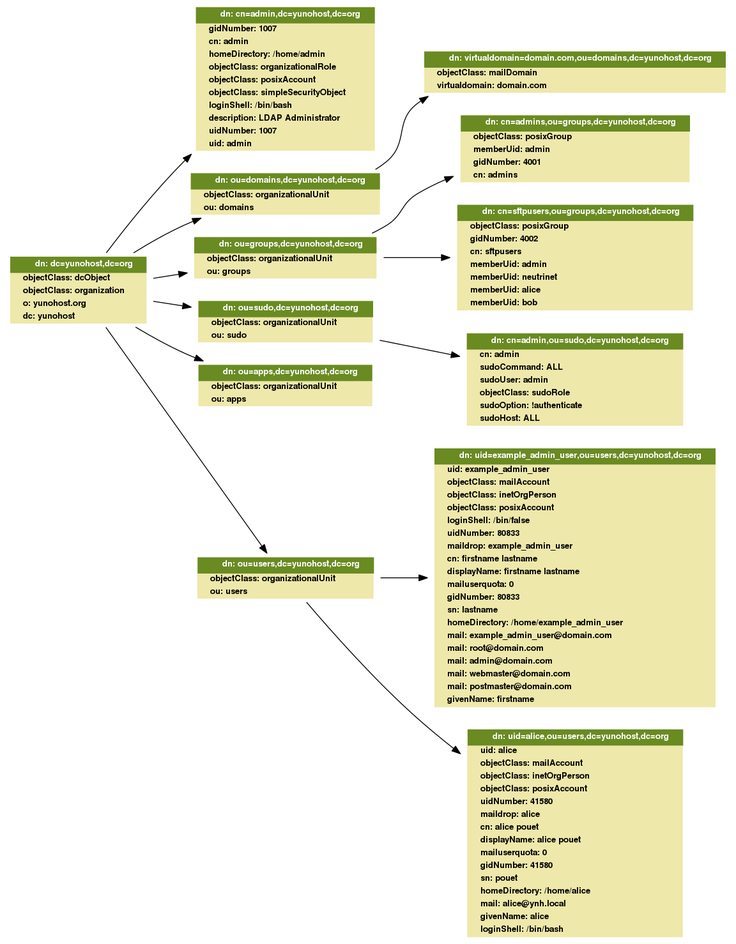
Earlier version of the Graphviz export doc/ldap_graph.png (YunoHost/moulinette). Its source is kept beside it as doc/ldap_graph.dot.
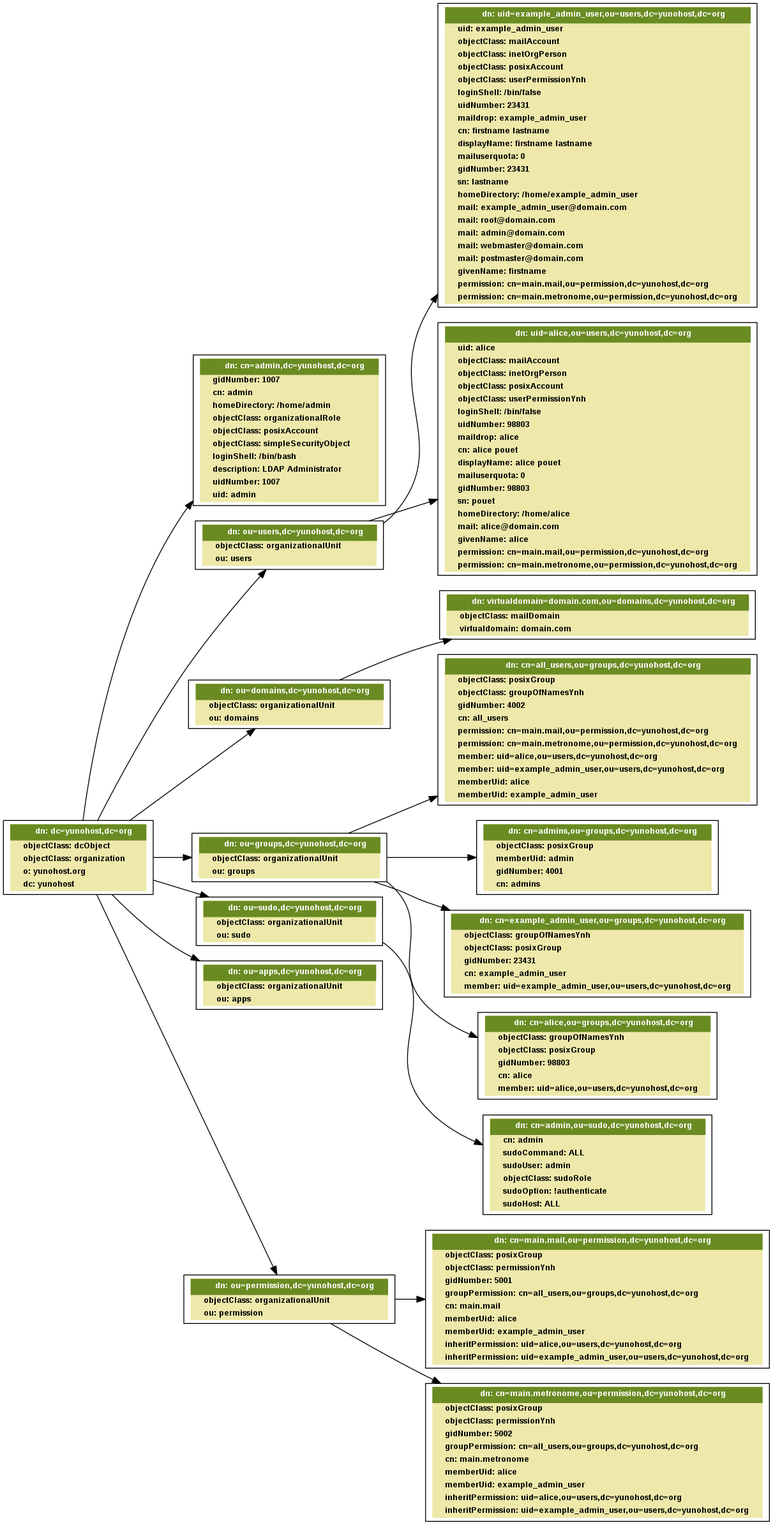
The same diagram one commit later.

Commit message:
Update LDAP schema

What changed in the source:
```diff
@@ -87,6 +87,24 @@
     <TABLE BGCOLOR="palegoldenrod" BORDER="0" CELLBORDER="0" CELLSPACING="0">
         <TR><TD CELLPADDING="4" ALIGN="CENTER" BGCOLOR="olivedrab4">
     <FONT FACE="Helvetica Bold" COLOR="white">
+    dn: ou=users,dc=yunohost,dc=org
+    </FONT></TD></TR>
+        <TR><TD BORDER="0" ALIGN="LEFT">
+    <FONT FACE="Helvetica Bold">objectClass: organizationalUnit</FONT>
+    </TD></TR>
+        <TR><TD BORDER="0" ALIGN="LEFT">
+    <FONT FACE="Helvetica Bold">ou: users</FONT>
+    </TD></TR>
+    </TABLE>
+  >]
+  n0->n2
+
+
+
+  n3 [label=<
+    <TABLE BGCOLOR="palegoldenrod" BORDER="0" CELLBORDER="0" CELLSPACING="0">
+        <TR><TD CELLPADDING="4" ALIGN="CENTER" BGCOLOR="olivedrab4">
+    <FONT FACE="Helvetica Bold" COLOR="white">
     dn: ou=domains,dc=yunohost,dc=org
     </FONT></TD></TR>
         <TR><TD BORDER="0" ALIGN="LEFT">
@@ -97,11 +115,11 @@
     </TD></TR>
     </TABLE>
   >]
-  n0->n2
+  n0->n3
 
 
 
-  n3 [label=<
+  n4 [label=<
     <TABLE BGCOLOR="palegoldenrod" BORDER="0" CELLBORDER="0" CELLSPACING="0">
         <TR><TD CELLPADDING="4" ALIGN="CENTER" BGCOLOR="olivedrab4">
     <FONT FACE="Helvetica Bold" COLOR="white">
@@ -115,11 +133,11 @@
     </TD></TR>
     </TABLE>
   >]
-  n0->n3
+  n0->n4
 
 
 
-  n4 [label=<
+  n5 [label=<
     <TABLE BGCOLOR="palegoldenrod" BORDER="0" CELLBORDER="0" CELLSPACING="0">
         <TR><TD CELLPADDING="4" ALIGN="CENTER" BGCOLOR="olivedrab4">
     <FONT FACE="Helvetica Bold" COLOR="white">
@@ -133,11 +151,11 @@
     </TD></TR>
     </TABLE>
   >]
-  n0->n4
+  n0->n5
 
 
 
-  n5 [label=<
+  n6 [label=<
     <TABLE BGCOLOR="palegoldenrod" BORDER="0" CELLBORDER="0" CELLSPACING="0">
         <TR><TD CELLPADDING="4" ALIGN="CENTER" BGCOLOR="olivedrab4">
     <FONT FACE="Helvetica Bold" COLOR="white">
@@ -151,29 +169,71 @@
     </TD></TR>
     </TABLE>
   >]
-  n0->n5
+  n0->n6
 
 
 
-  n6 [label=<
+  n7 [label=<
     <TABLE BGCOLOR="palegoldenrod" BORDER="0" CELLBORDER="0" CELLSPACING="0">
         <TR><TD CELLPADDING="4" ALIGN="CENTER" BGCOLOR="olivedrab4">
     <FONT FACE="Helvetica Bold" COLOR="white">
-    dn: ou=users,dc=yunohost,dc=org
+    dn: ou=permission,dc=yunohost,dc=org
     </FONT></TD></TR>
         <TR><TD BORDER="0" ALIGN="LEFT">
     <FONT FACE="Helvetica Bold">objectClass: organizationalUnit</FONT>
     </TD></TR>
         <TR><TD BORDER="0" ALIGN="LEFT">
-    <FONT FACE="Helvetica Bold">ou: users</FONT>
+    <FONT FACE="Helvetica Bold">ou: permission</FONT>
     </TD></TR>
     </TABLE>
   >]
-  n0->n6
+  n0->n7
 
 
 
-  n7 [label=<
+  n8 [label=<
+    <TABLE BGCOLOR="palegoldenrod" BORDER="0" CELLBORDER="0" CELLSPACING="0">
+        <TR><TD CELLPADDING="4" ALIGN="CENTER" BGCOLOR="olivedrab4">
+    <FONT FACE="Helvetica Bold" COLOR="white">
+    dn: cn=all_users,ou=groups,dc=yunohost,dc=org
+    </FONT></TD></TR>
+        <TR><TD BORDER="0" ALIGN="LEFT">
+    <FONT FACE="Helvetica Bold">objectClass: posixGroup</FONT>
+    </TD></TR>
+        <TR><TD BORDER="0" ALIGN="LEFT">
+    <FONT FACE="Helvetica Bold">objectClass: groupOfNamesYnh</FONT>
+    </TD></TR>
+        <TR><TD BORDER="0" ALIGN="LEFT">
+    <FONT FACE="Helvetica Bold">gidNumber: 4002</FONT>
+    </TD></TR>
+        <TR><TD BORDER="0" ALIGN="LEFT">
+    <FONT FACE="Helvetica Bold">cn: all_users</FONT>
+    </TD></TR>
+        <TR><TD BORDER="0" ALIGN="LEFT">
+    <FONT FACE="Helvetica Bold">permission: cn=main.mail,ou=permission,dc=yunohost,dc=org</FONT>
+    </TD></TR>
+        <TR><TD BORDER="0" ALIGN="LEFT">
+    <FONT FACE="Helvetica Bold">permission: cn=main.metronome,ou=permission,dc=yunohost,dc=org</FONT>
+    </TD></TR>
+        <TR><TD BORDER="0" ALIGN="LEFT">
+    <FONT FACE="Helvetica Bold">member: uid=alice,ou=users,dc=yunohost,dc=org</FONT>
+    </TD></TR>
+        <TR><TD BORDER="0" ALIGN="LEFT">
+    <FONT FACE="Helvetica Bold">member: uid=example_admin_user,ou=users,dc=yunohost,dc=org</FONT>
+    </TD></TR>
+        <TR><TD BORDER="0" ALIGN="LEFT">
+    <FONT FACE="Helvetica Bold">memberUid: alice</FONT>
+    </TD></TR>
+        <TR><TD BORDER="0" ALIGN="LEFT">
+    <FONT FACE="Helvetica Bold">memberUid: example_admin_user</FONT>
+    </TD></TR>
+    </TABLE>
+  >]
+  n4->n8
+
+
+
+  n9 [label=<
     <TABLE BGCOLOR="palegoldenrod" BORDER="0" CELLBORDER="0" CELLSPACING="0">
         <TR><TD CELLPADDING="4" ALIGN="CENTER" BGCOLOR="olivedrab4">
     <FONT FACE="Helvetica Bold" COLOR="white">
@@ -193,44 +253,11 @@
     </TD></TR>
     </TABLE>
   >]
-  n3->n7
+  n4->n9
 
 
 
-  n8 [label=<
-    <TABLE BGCOLOR="palegoldenrod" BORDER="0" CELLBORDER="0" CELLSPACING="0">
-        <TR><TD CELLPADDING="4" ALIGN="CENTER" BGCOLOR="olivedrab4">
-    <FONT FACE="Helvetica Bold" COLOR="white">
-    dn: cn=sftpusers,ou=groups,dc=yunohost,dc=org
-    </FONT></TD></TR>
-        <TR><TD BORDER="0" ALIGN="LEFT">
-    <FONT FACE="Helvetica Bold">objectClass: posixGroup</FONT>
-    </TD></TR>
-        <TR><TD BORDER="0" ALIGN="LEFT">
-    <FONT FACE="Helvetica Bold">gidNumber: 4002</FONT>
-    </TD></TR>
-        <TR><TD BORDER="0" ALIGN="LEFT">
-    <FONT FACE="Helvetica Bold">cn: sftpusers</FONT>
-    </TD></TR>
-        <TR><TD BORDER="0" ALIGN="LEFT">
-    <FONT FACE="Helvetica Bold">memberUid: admin</FONT>
-    </TD></TR>
-        <TR><TD BORDER="0" ALIGN="LEFT">
-    <FONT FACE="Helvetica Bold">memberUid: neutrinet</FONT>
-    </TD></TR>
-        <TR><TD BORDER="0" ALIGN="LEFT">
-    <FONT FACE="Helvetica Bold">memberUid: alice</FONT>
-    </TD></TR>
-        <TR><TD BORDER="0" ALIGN="LEFT">
-    <FONT FACE="Helvetica Bold">memberUid: bob</FONT>
-    </TD></TR>
-    </TABLE>
-  >]
-  n3->n8
-
-
-
-  n9 [label=<
+  n10 [label=<
     <TABLE BGCOLOR="palegoldenrod" BORDER="0" CELLBORDER="0" CELLSPACING="0">
         <TR><TD CELLPADDING="4" ALIGN="CENTER" BGCOLOR="olivedrab4">
     <FONT FACE="Helvetica Bold" COLOR="white">
@@ -256,11 +283,89 @@
     </TD></TR>
     </TABLE>
   >]
-  n4->n9
+  n5->n10
 
 
 
-  n10 [label=<
+  n11 [label=<
+    <TABLE BGCOLOR="palegoldenrod" BORDER="0" CELLBORDER="0" CELLSPACING="0">
+        <TR><TD CELLPADDING="4" ALIGN="CENTER" BGCOLOR="olivedrab4">
+    <FONT FACE="Helvetica Bold" COLOR="white">
+    dn: cn=main.mail,ou=permission,dc=yunohost,dc=org
+    </FONT></TD></TR>
+        <TR><TD BORDER="0" ALIGN="LEFT">
+    <FONT FACE="Helvetica Bold">objectClass: posixGroup</FONT>
+    </TD></TR>
+        <TR><TD BORDER="0" ALIGN="LEFT">
+    <FONT FACE="Helvetica Bold">objectClass: permissionYnh</FONT>
+    </TD></TR>
+        <TR><TD BORDER="0" ALIGN="LEFT">
+    <FONT FACE="Helvetica Bold">gidNumber: 5001</FONT>
+    </TD></TR>
+        <TR><TD BORDER="0" ALIGN="LEFT">
+    <FONT FACE="Helvetica Bold">groupPermission: cn=all_users,ou=groups,dc=yunohost,dc=org</FONT>
+    </TD></TR>
+        <TR><TD BORDER="0" ALIGN="LEFT">
+    <FONT FACE="Helvetica Bold">cn: main.mail</FONT>
+    </TD></TR>
+        <TR><TD BORDER="0" ALIGN="LEFT">
+    <FONT FACE="Helvetica Bold">memberUid: alice</FONT>
+    </TD></TR>
+        <TR><TD BORDER="0" ALIGN="LEFT">
+    <FONT FACE="Helvetica Bold">memberUid: example_admin_user</FONT>
+    </TD></TR>
+        <TR><TD BORDER="0" ALIGN="LEFT">
+    <FONT FACE="Helvetica Bold">inheritPermission: uid=alice,ou=users,dc=yunohost,dc=org</FONT>
+    </TD></TR>
+        <TR><TD BORDER="0" ALIGN="LEFT">
+    <FONT FACE="Helvetica Bold">inheritPermission: uid=example_admin_user,ou=users,dc=yunohost,dc=org</FONT>
+    </TD></TR>
+    </TABLE>
+  >]
+  n7->n11
+
+
+
+  n12 [label=<
+    <TABLE BGCOLOR="palegoldenrod" BORDER="0" CELLBORDER="0" CELLSPACING="0">
+        <TR><TD CELLPADDING="4" ALIGN="CENTER" BGCOLOR="olivedrab4">
+    <FONT FACE="Helvetica Bold" COLOR="white">
+    dn: cn=main.metronome,ou=permission,dc=yunohost,dc=org
+    </FONT></TD></TR>
+        <TR><TD BORDER="0" ALIGN="LEFT">
+    <FONT FACE="Helvetica Bold">objectClass: posixGroup</FONT>
+    </TD></TR>
+        <TR><TD BORDER="0" ALIGN="LEFT">
+    <FONT FACE="Helvetica Bold">objectClass: permissionYnh</FONT>
+    </TD></TR>
+        <TR><TD BORDER="0" ALIGN="LEFT">
+    <FONT FACE="Helvetica Bold">gidNumber: 5002</FONT>
+    </TD></TR>
+        <TR><TD BORDER="0" ALIGN="LEFT">
+    <FONT FACE="Helvetica Bold">groupPermission: cn=all_users,ou=groups,dc=yunohost,dc=org</FONT>
+    </TD></TR>
+        <TR><TD BORDER="0" ALIGN="LEFT">
+    <FONT FACE="Helvetica Bold">cn: main.metronome</FONT>
+    </TD></TR>
+        <TR><TD BORDER="0" ALIGN="LEFT">
+    <FONT FACE="Helvetica Bold">memberUid: alice</FONT>
+    </TD></TR>
+        <TR><TD BORDER="0" ALIGN="LEFT">
+    <FONT FACE="Helvetica Bold">memberUid: example_admin_user</FONT>
+    </TD></TR>
+        <TR><TD BORDER="0" ALIGN="LEFT">
+    <FONT FACE="Helvetica Bold">inheritPermission: uid=alice,ou=users,dc=yunohost,dc=org</FONT>
+    </TD></TR>
+        <TR><TD BORDER="0" ALIGN="LEFT">
+    <FONT FACE="Helvetica Bold">inheritPermission: uid=example_admin_user,ou=users,dc=yunohost,dc=org</FONT>
+    </TD></TR>
+    </TABLE>
+  >]
+  n7->n12
+
+
+
+  n13 [label=<
     <TABLE BGCOLOR="palegoldenrod" BORDER="0" CELLBORDER="0" CELLSPACING="0">
         <TR><TD CELLPADDING="4" ALIGN="CENTER" BGCOLOR="olivedrab4">
     <FONT FACE="Helvetica Bold" COLOR="white">
@@ -274,11 +379,11 @@
     </TD></TR>
     </TABLE>
   >]
-  n2->n10
+  n3->n13
 
 
 
-  n11 [label=<
+  n14 [label=<
     <TABLE BGCOLOR="palegoldenrod" BORDER="0" CELLBORDER="0" CELLSPACING="0">
         <TR><TD CELLPADDING="4" ALIGN="CENTER" BGCOLOR="olivedrab4">
     <FONT FACE="Helvetica Bold" COLOR="white">
@@ -297,10 +402,13 @@
     <FONT FACE="Helvetica Bold">objectClass: posixAccount</FONT>
     </TD></TR>
         <TR><TD BORDER="0" ALIGN="LEFT">
+    <FONT FACE="Helvetica Bold">objectClass: userPermissionYnh</FONT>
+    </TD></TR>
+        <TR><TD BORDER="0" ALIGN="LEFT">
     <FONT FACE="Helvetica Bold">loginShell: /bin/false</FONT>
     </TD></TR>
         <TR><TD BORDER="0" ALIGN="LEFT">
-    <FONT FACE="Helvetica Bold">uidNumber: 80833</FONT>
+    <FONT FACE="Helvetica Bold">uidNumber: 23431</FONT>
     </TD></TR>
         <TR><TD BORDER="0" ALIGN="LEFT">
     <FONT FACE="Helvetica Bold">maildrop: example_admin_user</FONT>
@@ -315,7 +423,7 @@
     <FONT FACE="Helvetica Bold">mailuserquota: 0</FONT>
     </TD></TR>
         <TR><TD BORDER="0" ALIGN="LEFT">
-    <FONT FACE="Helvetica Bold">gidNumber: 80833</FONT>
+    <FONT FACE="Helvetica Bold">gidNumber: 23431</FONT>
     </TD></TR>
         <TR><TD BORDER="0" ALIGN="LEFT">
     <FONT FACE="Helvetica Bold">sn: lastname</FONT>
@@ -341,13 +449,46 @@
         <TR><TD BORDER="0" ALIGN="LEFT">
     <FONT FACE="Helvetica Bold">givenName: firstname</FONT>
     </TD></TR>
+        <TR><TD BORDER="0" ALIGN="LEFT">
+    <FONT FACE="Helvetica Bold">permission: cn=main.mail,ou=permission,dc=yunohost,dc=org</FONT>
+    </TD></TR>
+        <TR><TD BORDER="0" ALIGN="LEFT">
+    <FONT FACE="Helvetica Bold">permission: cn=main.metronome,ou=permission,dc=yunohost,dc=org</FONT>
+    </TD></TR>
     </TABLE>
   >]
-  n6->n11
+  n2->n14
 
 
 
-  n12 [label=<
+  n15 [label=<
+    <TABLE BGCOLOR="palegoldenrod" BORDER="0" CELLBORDER="0" CELLSPACING="0">
+        <TR><TD CELLPADDING="4" ALIGN="CENTER" BGCOLOR="olivedrab4">
+    <FONT FACE="Helvetica Bold" COLOR="white">
+    dn: cn=example_admin_user,ou=groups,dc=yunohost,dc=org
+    </FONT></TD></TR>
+        <TR><TD BORDER="0" ALIGN="LEFT">
+    <FONT FACE="Helvetica Bold">objectClass: groupOfNamesYnh</FONT>
+    </TD></TR>
+        <TR><TD BORDER="0" ALIGN="LEFT">
+    <FONT FACE="Helvetica Bold">objectClass: posixGroup</FONT>
+    </TD></TR>
+        <TR><TD BORDER="0" ALIGN="LEFT">
+    <FONT FACE="Helvetica Bold">gidNumber: 23431</FONT>
+    </TD></TR>
+        <TR><TD BORDER="0" ALIGN="LEFT">
+    <FONT FACE="Helvetica Bold">cn: example_admin_user</FONT>
+    </TD></TR>
+        <TR><TD BORDER="0" ALIGN="LEFT">
+    <FONT FACE="Helvetica Bold">member: uid=example_admin_user,ou=users,dc=yunohost,dc=org</FONT>
+    </TD></TR>
+    </TABLE>
+  >]
+  n4->n15
+
+
+
+  n16 [label=<
     <TABLE BGCOLOR="palegoldenrod" BORDER="0" CELLBORDER="0" CELLSPACING="0">
         <TR><TD CELLPADDING="4" ALIGN="CENTER" BGCOLOR="olivedrab4">
     <FONT FACE="Helvetica Bold" COLOR="white">
@@ -366,7 +507,13 @@
     <FONT FACE="Helvetica Bold">objectClass: posixAccount</FONT>
     </TD></TR>
         <TR><TD BORDER="0" ALIGN="LEFT">
-    <FONT FACE="Helvetica Bold">uidNumber: 41580</FONT>
+    <FONT FACE="Helvetica Bold">objectClass: userPermissionYnh</FONT>
+    </TD></TR>
+        <TR><TD BORDER="0" ALIGN="LEFT">
+    <FONT FACE="Helvetica Bold">loginShell: /bin/false</FONT>
+    </TD></TR>
+        <TR><TD BORDER="0" ALIGN="LEFT">
+    <FONT FACE="Helvetica Bold">uidNumber: 98803</FONT>
     </TD></TR>
         <TR><TD BORDER="0" ALIGN="LEFT">
     <FONT FACE="Helvetica Bold">maildrop: alice</FONT>
@@ -381,7 +528,7 @@
     <FONT FACE="Helvetica Bold">mailuserquota: 0</FONT>
     </TD></TR>
         <TR><TD BORDER="0" ALIGN="LEFT">
-    <FONT FACE="Helvetica Bold">gidNumber: 41580</FONT>
+    <FONT FACE="Helvetica Bold">gidNumber: 98803</FONT>
     </TD></TR>
         <TR><TD BORDER="0" ALIGN="LEFT">
     <FONT FACE="Helvetica Bold">sn: pouet</FONT>
@@ -390,16 +537,46 @@
     <FONT FACE="Helvetica Bold">homeDirectory: /home/alice</FONT>
     </TD></TR>
         <TR><TD BORDER="0" ALIGN="LEFT">
-    <FONT FACE="Helvetica Bold">mail: alice@ynh.local</FONT>
+    <FONT FACE="Helvetica Bold">mail: alice@domain.com</FONT>
     </TD></TR>
         <TR><TD BORDER="0" ALIGN="LEFT">
     <FONT FACE="Helvetica Bold">givenName: alice</FONT>
     </TD></TR>
         <TR><TD BORDER="0" ALIGN="LEFT">
-    <FONT FACE="Helvetica Bold">loginShell: /bin/bash</FONT>
+    <FONT FACE="Helvetica Bold">permission: cn=main.mail,ou=permission,dc=yunohost,dc=org</FONT>
+    </TD></TR>
+        <TR><TD BORDER="0" ALIGN="LEFT">
+    <FONT FACE="Helvetica Bold">permission: cn=main.metronome,ou=permission,dc=yunohost,dc=org</FONT>
     </TD></TR>
     </TABLE>
   >]
-  n6->n12
+  n2->n16
+
+
+
+  n17 [label=<
+    <TABLE BGCOLOR="palegoldenrod" BORDER="0" CELLBORDER="0" CELLSPACING="0">
+        <TR><TD CELLPADDING="4" ALIGN="CENTER" BGCOLOR="olivedrab4">
+    <FONT FACE="Helvetica Bold" COLOR="white">
+    dn: cn=alice,ou=groups,dc=yunohost,dc=org
+    </FONT></TD></TR>
+        <TR><TD BORDER="0" ALIGN="LEFT">
+    <FONT FACE="Helvetica Bold">objectClass: groupOfNamesYnh</FONT>
+    </TD></TR>
+        <TR><TD BORDER="0" ALIGN="LEFT">
+    <FONT FACE="Helvetica Bold">objectClass: posixGroup</FONT>
+    </TD></TR>
+        <TR><TD BORDER="0" ALIGN="LEFT">
+    <FONT FACE="Helvetica Bold">gidNumber: 98803</FONT>
+    </TD></TR>
+        <TR><TD BORDER="0" ALIGN="LEFT">
+    <FONT FACE="Helvetica Bold">cn: alice</FONT>
+    </TD></TR>
+        <TR><TD BORDER="0" ALIGN="LEFT">
+    <FONT FACE="Helvetica Bold">member: uid=alice,ou=users,dc=yunohost,dc=org</FONT>
+    </TD></TR>
+    </TABLE>
+  >]
+  n4->n17
 
 }
```
